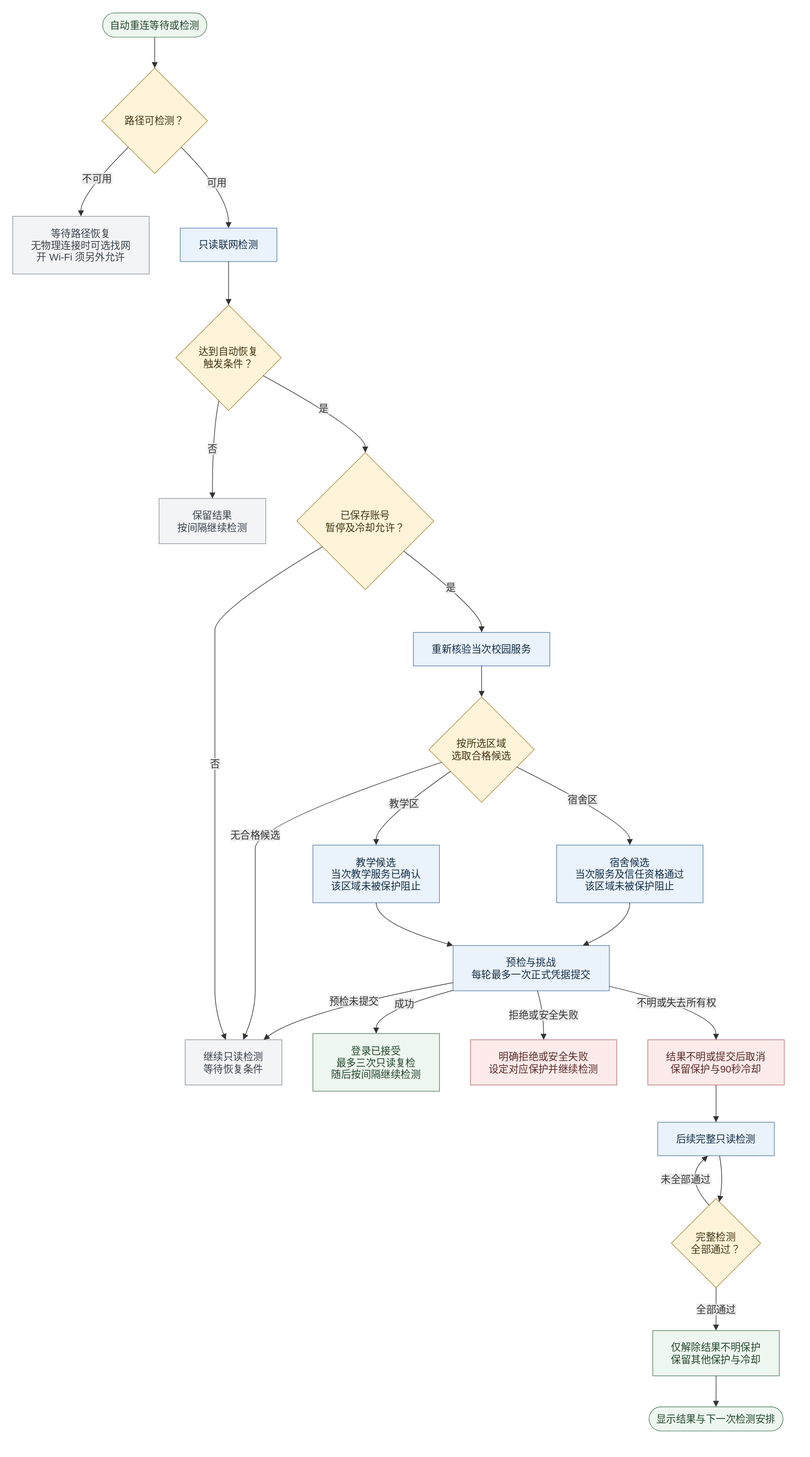
Above: docs/images/recovery-flow.svg in zhihebai/SZUConnect (draw.io), before the change. Source tidied: cells renumbered, new cells last; positions are measured from the earlier drawing's top-left corner, leaving out a move shared by most shapes.
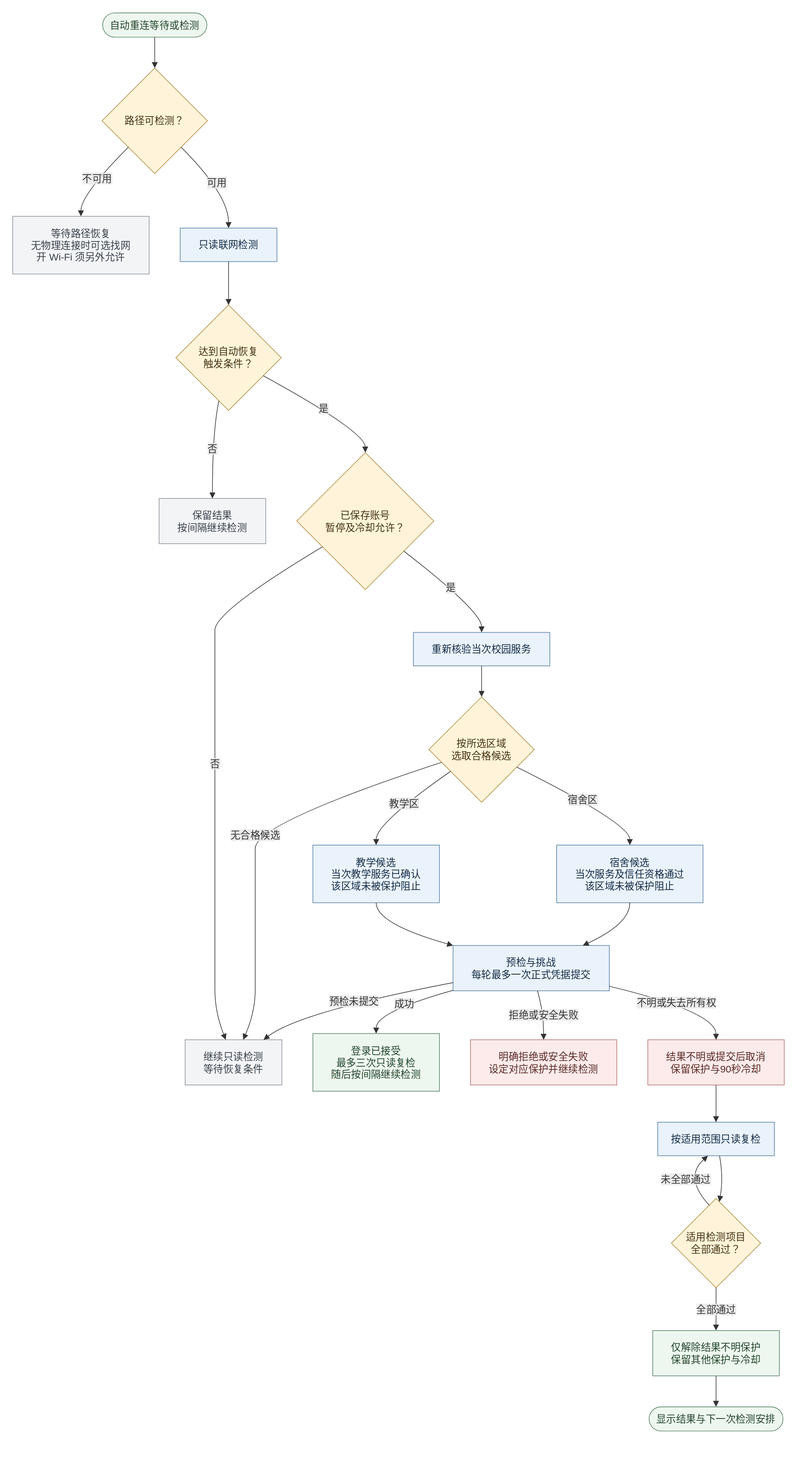
The same diagram one commit later.

Commit message:
同步引导、代理选项与恢复流程图说明

Diff of the diagram source:
```diff
@@ -50,10 +50,10 @@
     <mxCell id="17" value="结果不明或提交后取消&#10;保留保护与90秒冷却" style="html=1;whiteSpace=wrap;strokeWidth=1;fillColor=#fcebea;strokeColor=#b77370;fontColor=#592a27;fontFamily=Trebuchet MS,Verdana,Arial,sans-serif;fontSize=16;" parent="1" vertex="1">
       <mxGeometry x="1024" y="1656" width="220" height="73" as="geometry" />
     </mxCell>
-    <mxCell id="18" value="后续完整只读检测" style="html=1;whiteSpace=wrap;strokeWidth=1;fillColor=#eaf2fc;strokeColor=#547fa9;fontColor=#142d45;fontFamily=Trebuchet MS,Verdana,Arial,sans-serif;fontSize=16;" parent="1" vertex="1">
+    <mxCell id="18" value="按适用范围只读复检" style="html=1;whiteSpace=wrap;strokeWidth=1;fillColor=#eaf2fc;strokeColor=#547fa9;fontColor=#142d45;fontFamily=Trebuchet MS,Verdana,Arial,sans-serif;fontSize=16;" parent="1" vertex="1">
       <mxGeometry x="1040" y="1789" width="188" height="54" as="geometry" />
     </mxCell>
-    <mxCell id="19" value="完整检测&#10;全部通过？" style="rhombus;html=1;strokeWidth=1;whiteSpace=wrap;fillColor=#fff4da;strokeColor=#b08b3e;fontColor=#433414;fontFamily=Trebuchet MS,Verdana,Arial,sans-serif;fontSize=16;" parent="1" vertex="1">
+    <mxCell id="19" value="适用检测项目&#10;全部通过？" style="rhombus;html=1;strokeWidth=1;whiteSpace=wrap;fillColor=#fff4da;strokeColor=#b08b3e;fontColor=#433414;fontFamily=Trebuchet MS,Verdana,Arial,sans-serif;fontSize=16;" parent="1" vertex="1">
       <mxGeometry x="1062" y="1912" width="144" height="144" as="geometry" />
     </mxCell>
     <mxCell id="20" value="仅解除结果不明保护&#10;保留其他保护与冷却" style="html=1;whiteSpace=wrap;strokeWidth=1;fillColor=#eef7ef;strokeColor=#548363;fontColor=#22462d;fontFamily=Trebuchet MS,Verdana,Arial,sans-serif;fontSize=16;" parent="1" vertex="1">
```
